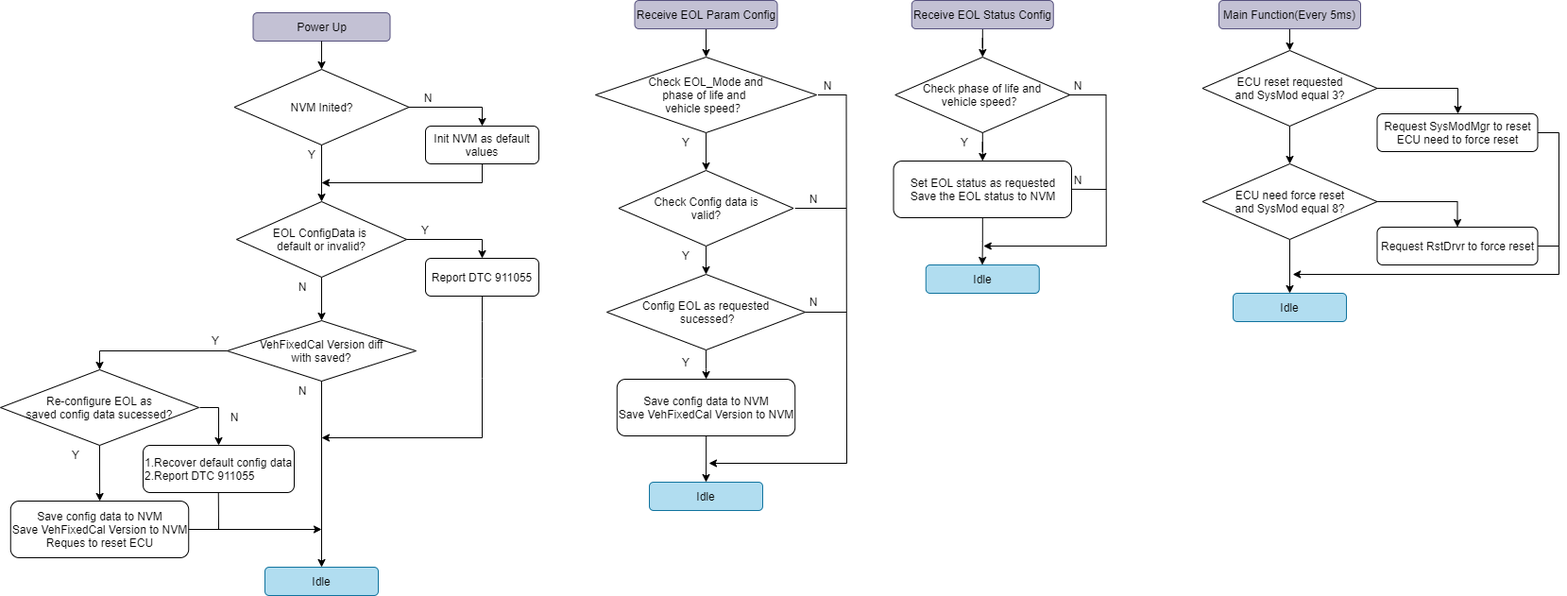
The draw.io diagram EVG_EOL.png in woshitanwang/pics_procdure, before a commit. Source tidied: cells renumbered, new cells last; positions are measured from the earlier drawing's top-left corner, leaving out a move shared by most shapes.
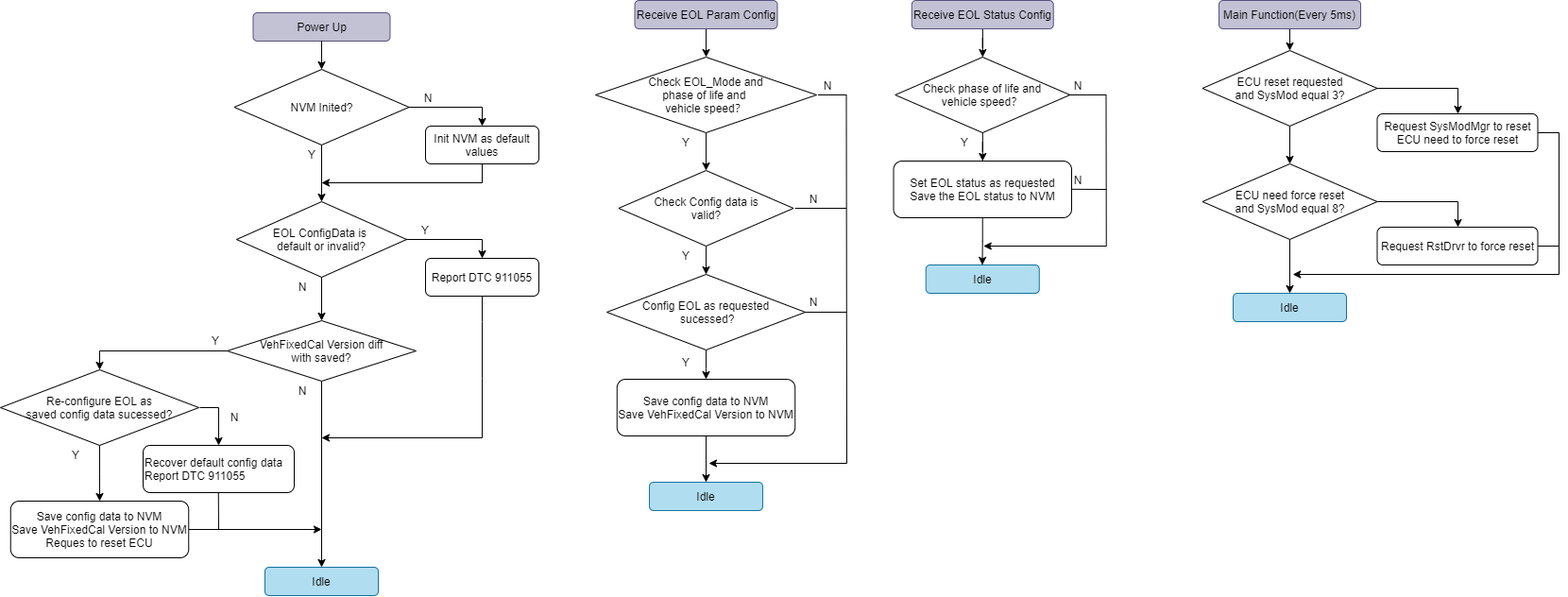
The same file after the commit.

The edit, as a diff of the source:
```diff
@@ -61,7 +61,7 @@
         </Array>
       </mxGeometry>
     </mxCell>
-    <mxCell id="15" value="&lt;div&gt;&lt;span&gt;1.Recover default config data&lt;/span&gt;&lt;/div&gt;2.Report DTC 911055" style="rounded=1;whiteSpace=wrap;html=1;fillColor=#FFFFFF;align=left;" parent="1" vertex="1">
+    <mxCell id="15" value="&lt;div&gt;&lt;span&gt;Recover default config data&lt;/span&gt;&lt;/div&gt;Report DTC 911055" style="rounded=1;whiteSpace=wrap;html=1;fillColor=#FFFFFF;align=left;" parent="1" vertex="1">
       <mxGeometry x="151" y="471" width="160" height="50" as="geometry" />
     </mxCell>
     <mxCell id="16" value="Idle" style="rounded=1;whiteSpace=wrap;html=1;fillColor=#b1ddf0;strokeColor=#10739e;" parent="1" vertex="1">
```
